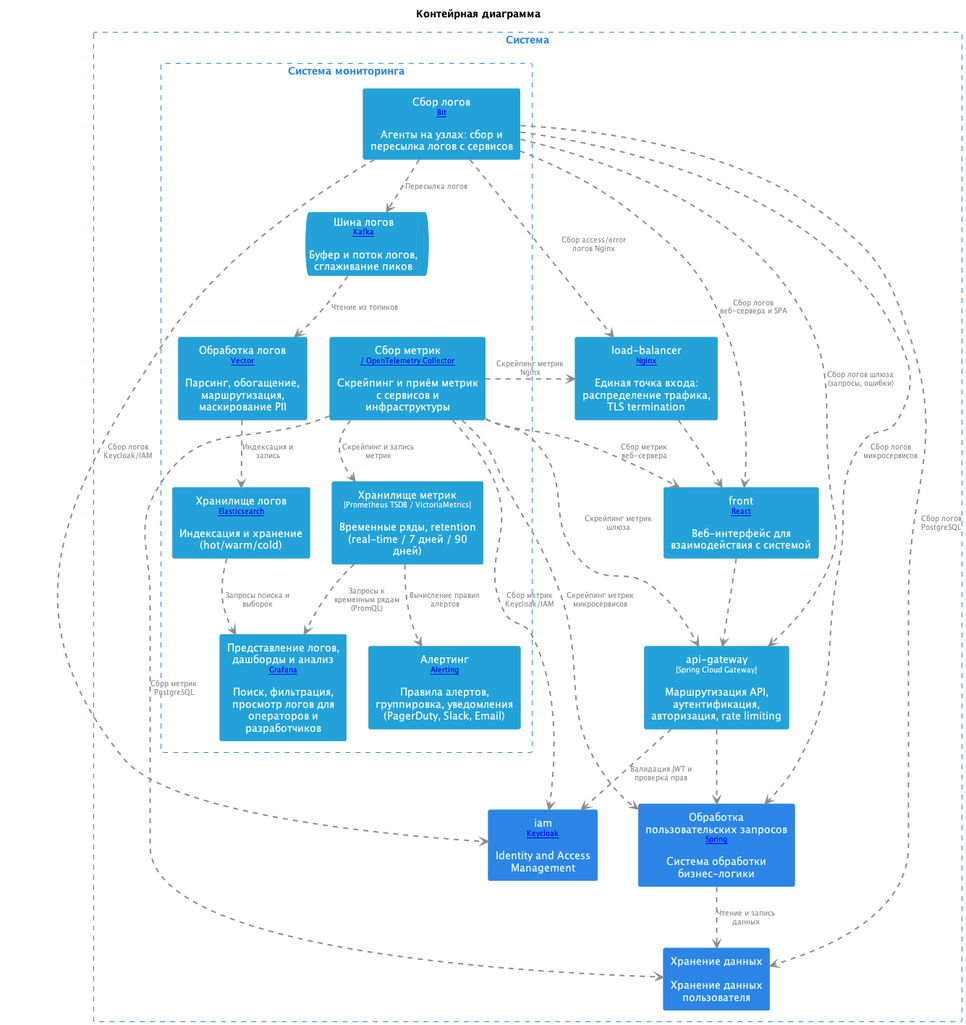
Earlier version of the PlantUML export doc/images/monitoring_container.png (shelepovg/system-design-homework). Its diagram source:
```plantuml
@startuml
title "Контейрная диаграмма"
top to bottom direction

hide stereotype
skinparam ranksep 60
skinparam nodesep 30
skinparam {
  arrowFontSize 10
  defaultTextAlignment center
  wrapWidth 200
  maxMessageSize 100
  shadowing false
}

skinparam rectangle<<SystemMonitoringLogCollector>>{
  BackgroundColor #23a2d9
  FontColor #ffffff
  BorderColor #1892c5
}
skinparam rectangle<<SystemMonitoringMetricsCollector>>{
  BackgroundColor #23a2d9
  FontColor #ffffff
  BorderColor #1892c5
}
skinparam queue<<SystemMonitoringLogBus>>{
  BackgroundColor #23a2d9
  FontColor #ffffff
  BorderColor #1892c5
}
skinparam rectangle<<SystemMonitoringMetricsStorage>>{
  BackgroundColor #23a2d9
  FontColor #ffffff
  BorderColor #1892c5
}
skinparam rectangle<<SystemLoadBalancer>>{
  BackgroundColor #23a2d9
  FontColor #ffffff
  BorderColor #1892c5
}
skinparam rectangle<<SystemMonitoringLogProcessor>>{
  BackgroundColor #23a2d9
  FontColor #ffffff
  BorderColor #1892c5
}
skinparam rectangle<<SystemMonitoringAlerting>>{
  BackgroundColor #23a2d9
  FontColor #ffffff
  BorderColor #1892c5
}
skinparam rectangle<<SystemFront>>{
  BackgroundColor #23a2d9
  FontColor #ffffff
  BorderColor #1892c5
}
skinparam rectangle<<SystemMonitoringLogStorage>>{
  BackgroundColor #23a2d9
  FontColor #ffffff
  BorderColor #1892c5
}
skinparam rectangle<<SystemApiGateway>>{
  BackgroundColor #23a2d9
  FontColor #ffffff
  BorderColor #1892c5
}
skinparam rectangle<<SystemMonitoringLogUi>>{
  BackgroundColor #23a2d9
  FontColor #ffffff
  BorderColor #1892c5
}
skinparam rectangle<<SystemIam>>{
  BackgroundColor #2b85e7
  FontColor #f1ffff
  BorderColor #1e73ce
}
skinparam rectangle<<SystemBackend>>{
  BackgroundColor #2b85e7
  FontColor #f1ffff
  BorderColor #1e73ce
}
skinparam rectangle<<SystemStorage>>{
  BackgroundColor #2b85e7
  FontColor #f1ffff
  BorderColor #1e73ce
}
rectangle "Система" <<System>> as System {
  skinparam RectangleBorderColor<<System>> #2b85e7
  skinparam RectangleFontColor<<System>> #2b85e7
  skinparam RectangleBorderStyle<<System>> dashed

  rectangle "Система мониторинга" <<SystemMonitoring>> as SystemMonitoring {
    skinparam RectangleBorderColor<<SystemMonitoring>> #2b85e7
    skinparam RectangleFontColor<<SystemMonitoring>> #2b85e7
    skinparam RectangleBorderStyle<<SystemMonitoring>> dashed

    rectangle "Сбор логов\n<size:10>[[Fluent Bit]]</size>\n\nАгенты на узлах: сбор и пересылка логов с сервисов" <<SystemMonitoringLogCollector>> as SystemMonitoringLogCollector
    rectangle "Сбор метрик\n<size:10>[[Prometheus / OpenTelemetry Collector]]</size>\n\nСкрейпинг и приём метрик с сервисов и инфраструктуры" <<SystemMonitoringMetricsCollector>> as SystemMonitoringMetricsCollector
    queue "Шина логов\n<size:10>[[Apache Kafka]]</size>\n\nБуфер и поток логов, сглаживание пиков" <<SystemMonitoringLogBus>> as SystemMonitoringLogBus
    rectangle "Хранилище метрик\n<size:10>[Prometheus TSDB / VictoriaMetrics]</size>\n\nВременные ряды, retention (real-time / 7 дней / 90 дней)" <<SystemMonitoringMetricsStorage>> as SystemMonitoringMetricsStorage
    rectangle "Обработка логов\n<size:10>[[Vector]]</size>\n\nПарсинг, обогащение, маршрутизация, маскирование PII" <<SystemMonitoringLogProcessor>> as SystemMonitoringLogProcessor
    rectangle "Алертинг\n<size:10>[[Grafana Alerting]]</size>\n\nПравила алертов, группировка, уведомления (PagerDuty, Slack, Email)" <<SystemMonitoringAlerting>> as SystemMonitoringAlerting
    rectangle "Хранилище логов\n<size:10>[[Elasticsearch]]</size>\n\nИндексация и хранение (hot/warm/cold)" <<SystemMonitoringLogStorage>> as SystemMonitoringLogStorage
    rectangle "Представление логов, дашборды и анализ\n<size:10>[[Grafana]]</size>\n\nПоиск, фильтрация, просмотр логов для операторов и разработчиков" <<SystemMonitoringLogUi>> as SystemMonitoringLogUi
  }
  rectangle "load-balancer\n<size:10>[[Nginx]]</size>\n\nЕдиная точка входа: распределение трафика, TLS termination" <<SystemLoadBalancer>> as SystemLoadBalancer
  rectangle "front\n<size:10>[[React]]</size>\n\nВеб-интерфейс для взаимодействия с системой" <<SystemFront>> as SystemFront
  rectangle "api-gateway\n<size:10>[Spring Cloud Gateway]</size>\n\nМаршрутизация API, аутентификация, авторизация, rate limiting" <<SystemApiGateway>> as SystemApiGateway
  rectangle "iam\n<size:10>[[Keycloak]]</size>\n\nIdentity and Access Management" <<SystemIam>> as SystemIam
  rectangle "Обработка пользовательских запросов\n<size:10>[[Spring]]</size>\n\nСистема обработки бизнес-логики" <<SystemBackend>> as SystemBackend
  rectangle "Хранение данных\n\nХранение данных пользователя" <<SystemStorage>> as SystemStorage
}

SystemMonitoringLogCollector .[#8D8D8D,thickness=2].> SystemMonitoringLogBus : <color:#8D8D8D>Пересылка логов
SystemMonitoringLogBus .[#8D8D8D,thickness=2].> SystemMonitoringLogProcessor : <color:#8D8D8D>Чтение из топиков
SystemMonitoringLogProcessor .[#8D8D8D,thickness=2].> SystemMonitoringLogStorage : <color:#8D8D8D>Индексация и запись
SystemMonitoringLogStorage .[#8D8D8D,thickness=2].> SystemMonitoringLogUi : <color:#8D8D8D>Запросы поиска и выборок
SystemMonitoringMetricsStorage .[#8D8D8D,thickness=2].> SystemMonitoringLogUi : <color:#8D8D8D>Запросы к временным рядам (PromQL)
SystemMonitoringMetricsCollector .[#8D8D8D,thickness=2].> SystemMonitoringMetricsStorage : <color:#8D8D8D>Скрейпинг и запись метрик
SystemMonitoringMetricsStorage .[#8D8D8D,thickness=2].> SystemMonitoringAlerting : <color:#8D8D8D>Вычисление правил алертов
SystemMonitoringLogCollector .[#8D8D8D,thickness=2].> SystemLoadBalancer : <color:#8D8D8D>Сбор access/error логов Nginx
SystemMonitoringLogCollector .[#8D8D8D,thickness=2].> SystemFront : <color:#8D8D8D>Сбор логов веб-сервера и SPA
SystemMonitoringLogCollector .[#8D8D8D,thickness=2].> SystemApiGateway : <color:#8D8D8D>Сбор логов шлюза (запросы, ошибки)
SystemMonitoringLogCollector .[#8D8D8D,thickness=2].> SystemIam : <color:#8D8D8D>Сбор логов Keycloak/IAM
SystemMonitoringLogCollector .[#8D8D8D,thickness=2].> SystemBackend : <color:#8D8D8D>Сбор логов микросервисов
SystemMonitoringLogCollector .[#8D8D8D,thickness=2].> SystemStorage : <color:#8D8D8D>Сбор логов PostgreSQL
SystemMonitoringMetricsCollector .[#8D8D8D,thickness=2].> SystemLoadBalancer : <color:#8D8D8D>Скрейпинг метрик Nginx
SystemMonitoringMetricsCollector .[#8D8D8D,thickness=2].> SystemFront : <color:#8D8D8D>Сбор метрик веб-сервера
SystemMonitoringMetricsCollector .[#8D8D8D,thickness=2].> SystemApiGateway : <color:#8D8D8D>Скрейпинг метрик шлюза
SystemMonitoringMetricsCollector .[#8D8D8D,thickness=2].> SystemIam : <color:#8D8D8D>Сбор метрик Keycloak/IAM
SystemMonitoringMetricsCollector .[#8D8D8D,thickness=2].> SystemBackend : <color:#8D8D8D>Скрейпинг метрик микросервисов
SystemMonitoringMetricsCollector .[#8D8D8D,thickness=2].> SystemStorage : <color:#8D8D8D>Сбор метрик PostgreSQL
SystemLoadBalancer .[#8D8D8D,thickness=2].> SystemFront
SystemFront .[#8D8D8D,thickness=2].> SystemApiGateway
SystemApiGateway .[#8D8D8D,thickness=2].> SystemIam : <color:#8D8D8D>Валидация JWT и проверка прав
SystemApiGateway .[#8D8D8D,thickness=2].> SystemBackend
SystemBackend .[#8D8D8D,thickness=2].> SystemStorage : <color:#8D8D8D>Чтение и запись данных
@enduml
```
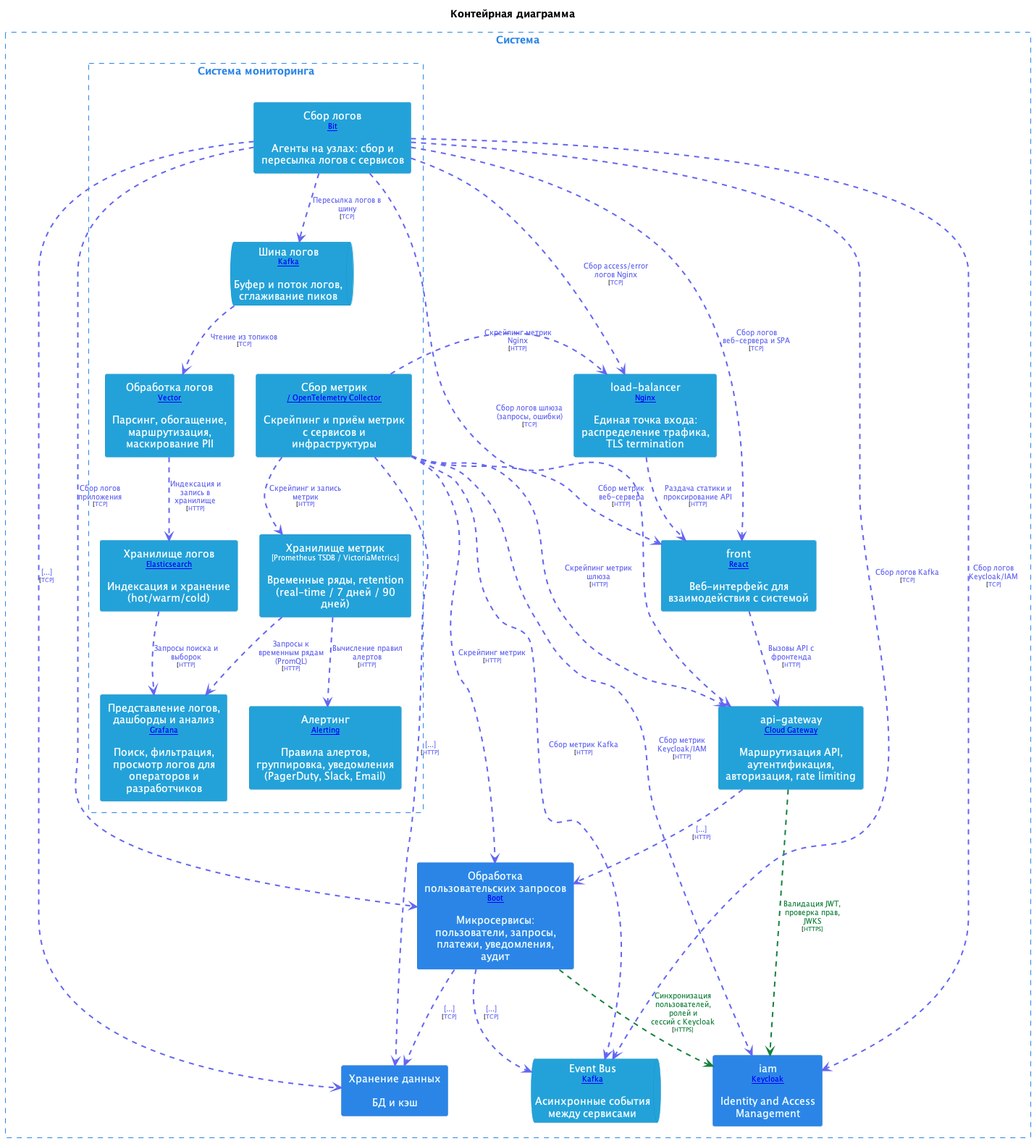
Later version of the same file.

Change to the diagram source:
```diff
@@ -68,12 +68,12 @@
   FontColor #ffffff
   BorderColor #1892c5
 }
-skinparam rectangle<<SystemIam>>{
+skinparam rectangle<<SystemBackend>>{
   BackgroundColor #2b85e7
   FontColor #f1ffff
   BorderColor #1e73ce
 }
-skinparam rectangle<<SystemBackend>>{
+skinparam rectangle<<SystemIam>>{
   BackgroundColor #2b85e7
   FontColor #f1ffff
   BorderColor #1e73ce
@@ -82,6 +82,11 @@
   BackgroundColor #2b85e7
   FontColor #f1ffff
   BorderColor #1e73ce
+}
+skinparam queue<<SystemEventBus>>{
+  BackgroundColor #23a2d9
+  FontColor #ffffff
+  BorderColor #1892c5
 }
 rectangle "Система" <<System>> as System {
   skinparam RectangleBorderColor<<System>> #2b85e7
@@ -104,34 +109,39 @@
   }
   rectangle "load-balancer\n<size:10>[[Nginx]]</size>\n\nЕдиная точка входа: распределение трафика, TLS termination" <<SystemLoadBalancer>> as SystemLoadBalancer
   rectangle "front\n<size:10>[[React]]</size>\n\nВеб-интерфейс для взаимодействия с системой" <<SystemFront>> as SystemFront
-  rectangle "api-gateway\n<size:10>[Spring Cloud Gateway]</size>\n\nМаршрутизация API, аутентификация, авторизация, rate limiting" <<SystemApiGateway>> as SystemApiGateway
+  rectangle "api-gateway\n<size:10>[[Spring Cloud Gateway]]</size>\n\nМаршрутизация API, аутентификация, авторизация, rate limiting" <<SystemApiGateway>> as SystemApiGateway
+  rectangle "Обработка пользовательских запросов\n<size:10>[[Spring Boot]]</size>\n\nМикросервисы: пользователи, запросы, платежи, уведомления, аудит" <<SystemBackend>> as SystemBackend
   rectangle "iam\n<size:10>[[Keycloak]]</size>\n\nIdentity and Access Management" <<SystemIam>> as SystemIam
-  rectangle "Обработка пользовательских запросов\n<size:10>[[Spring]]</size>\n\nСистема обработки бизнес-логики" <<SystemBackend>> as SystemBackend
-  rectangle "Хранение данных\n\nХранение данных пользователя" <<SystemStorage>> as SystemStorage
+  rectangle "Хранение данных\n\nБД и кэш" <<SystemStorage>> as SystemStorage
+  queue "Event Bus\n<size:10>[[Apache Kafka]]</size>\n\nАсинхронные события между сервисами" <<SystemEventBus>> as SystemEventBus
 }
 
-SystemMonitoringLogCollector .[#8D8D8D,thickness=2].> SystemMonitoringLogBus : <color:#8D8D8D>Пересылка логов
-SystemMonitoringLogBus .[#8D8D8D,thickness=2].> SystemMonitoringLogProcessor : <color:#8D8D8D>Чтение из топиков
-SystemMonitoringLogProcessor .[#8D8D8D,thickness=2].> SystemMonitoringLogStorage : <color:#8D8D8D>Индексация и запись
-SystemMonitoringLogStorage .[#8D8D8D,thickness=2].> SystemMonitoringLogUi : <color:#8D8D8D>Запросы поиска и выборок
-SystemMonitoringMetricsStorage .[#8D8D8D,thickness=2].> SystemMonitoringLogUi : <color:#8D8D8D>Запросы к временным рядам (PromQL)
-SystemMonitoringMetricsCollector .[#8D8D8D,thickness=2].> SystemMonitoringMetricsStorage : <color:#8D8D8D>Скрейпинг и запись метрик
-SystemMonitoringMetricsStorage .[#8D8D8D,thickness=2].> SystemMonitoringAlerting : <color:#8D8D8D>Вычисление правил алертов
-SystemMonitoringLogCollector .[#8D8D8D,thickness=2].> SystemLoadBalancer : <color:#8D8D8D>Сбор access/error логов Nginx
-SystemMonitoringLogCollector .[#8D8D8D,thickness=2].> SystemFront : <color:#8D8D8D>Сбор логов веб-сервера и SPA
-SystemMonitoringLogCollector .[#8D8D8D,thickness=2].> SystemApiGateway : <color:#8D8D8D>Сбор логов шлюза (запросы, ошибки)
-SystemMonitoringLogCollector .[#8D8D8D,thickness=2].> SystemIam : <color:#8D8D8D>Сбор логов Keycloak/IAM
-SystemMonitoringLogCollector .[#8D8D8D,thickness=2].> SystemBackend : <color:#8D8D8D>Сбор логов микросервисов
-SystemMonitoringLogCollector .[#8D8D8D,thickness=2].> SystemStorage : <color:#8D8D8D>Сбор логов PostgreSQL
-SystemMonitoringMetricsCollector .[#8D8D8D,thickness=2].> SystemLoadBalancer : <color:#8D8D8D>Скрейпинг метрик Nginx
-SystemMonitoringMetricsCollector .[#8D8D8D,thickness=2].> SystemFront : <color:#8D8D8D>Сбор метрик веб-сервера
-SystemMonitoringMetricsCollector .[#8D8D8D,thickness=2].> SystemApiGateway : <color:#8D8D8D>Скрейпинг метрик шлюза
-SystemMonitoringMetricsCollector .[#8D8D8D,thickness=2].> SystemIam : <color:#8D8D8D>Сбор метрик Keycloak/IAM
-SystemMonitoringMetricsCollector .[#8D8D8D,thickness=2].> SystemBackend : <color:#8D8D8D>Скрейпинг метрик микросервисов
-SystemMonitoringMetricsCollector .[#8D8D8D,thickness=2].> SystemStorage : <color:#8D8D8D>Сбор метрик PostgreSQL
-SystemLoadBalancer .[#8D8D8D,thickness=2].> SystemFront
-SystemFront .[#8D8D8D,thickness=2].> SystemApiGateway
-SystemApiGateway .[#8D8D8D,thickness=2].> SystemIam : <color:#8D8D8D>Валидация JWT и проверка прав
-SystemApiGateway .[#8D8D8D,thickness=2].> SystemBackend
-SystemBackend .[#8D8D8D,thickness=2].> SystemStorage : <color:#8D8D8D>Чтение и запись данных
+SystemMonitoringLogCollector .[#6366f1,thickness=2].> SystemMonitoringLogBus : <color:#6366f1>Пересылка логов в шину\n<size:8>[<color:#6366f1>TCP]</size>
+SystemMonitoringLogBus .[#6366f1,thickness=2].> SystemMonitoringLogProcessor : <color:#6366f1>Чтение из топиков\n<size:8>[<color:#6366f1>TCP]</size>
+SystemMonitoringLogProcessor .[#6366f1,thickness=2].> SystemMonitoringLogStorage : <color:#6366f1>Индексация и запись в хранилище\n<size:8>[<color:#6366f1>HTTP]</size>
+SystemMonitoringLogStorage .[#6366f1,thickness=2].> SystemMonitoringLogUi : <color:#6366f1>Запросы поиска и выборок\n<size:8>[<color:#6366f1>HTTP]</size>
+SystemMonitoringMetricsStorage .[#6366f1,thickness=2].> SystemMonitoringLogUi : <color:#6366f1>Запросы к временным рядам (PromQL)\n<size:8>[<color:#6366f1>HTTP]</size>
+SystemMonitoringMetricsCollector .[#6366f1,thickness=2].> SystemMonitoringMetricsStorage : <color:#6366f1>Скрейпинг и запись метрик\n<size:8>[<color:#6366f1>HTTP]</size>
+SystemMonitoringMetricsStorage .[#6366f1,thickness=2].> SystemMonitoringAlerting : <color:#6366f1>Вычисление правил алертов\n<size:8>[<color:#6366f1>HTTP]</size>
+SystemMonitoringLogCollector .[#6366f1,thickness=2].> SystemLoadBalancer : <color:#6366f1>Сбор access/error логов Nginx\n<size:8>[<color:#6366f1>TCP]</size>
+SystemMonitoringLogCollector .[#6366f1,thickness=2].> SystemFront : <color:#6366f1>Сбор логов веб-сервера и SPA\n<size:8>[<color:#6366f1>TCP]</size>
+SystemMonitoringLogCollector .[#6366f1,thickness=2].> SystemApiGateway : <color:#6366f1>Сбор логов шлюза (запросы, ошибки)\n<size:8>[<color:#6366f1>TCP]</size>
+SystemMonitoringLogCollector .[#6366f1,thickness=2].> SystemIam : <color:#6366f1>Сбор логов Keycloak/IAM\n<size:8>[<color:#6366f1>TCP]</size>
+SystemMonitoringLogCollector .[#6366f1,thickness=2].> SystemBackend : <color:#6366f1>Сбор логов приложения\n<size:8>[<color:#6366f1>TCP]</size>
+SystemMonitoringLogCollector .[#6366f1,thickness=2].> SystemStorage : <color:#6366f1>[...]\n<size:8>[<color:#6366f1>TCP]</size>
+SystemMonitoringLogCollector .[#6366f1,thickness=2].> SystemEventBus : <color:#6366f1>Сбор логов Kafka\n<size:8>[<color:#6366f1>TCP]</size>
+SystemMonitoringMetricsCollector .[#6366f1,thickness=2].> SystemLoadBalancer : <color:#6366f1>Скрейпинг метрик Nginx\n<size:8>[<color:#6366f1>HTTP]</size>
+SystemMonitoringMetricsCollector .[#6366f1,thickness=2].> SystemFront : <color:#6366f1>Сбор метрик веб-сервера\n<size:8>[<color:#6366f1>HTTP]</size>
+SystemMonitoringMetricsCollector .[#6366f1,thickness=2].> SystemApiGateway : <color:#6366f1>Скрейпинг метрик шлюза\n<size:8>[<color:#6366f1>HTTP]</size>
+SystemMonitoringMetricsCollector .[#6366f1,thickness=2].> SystemIam : <color:#6366f1>Сбор метрик Keycloak/IAM\n<size:8>[<color:#6366f1>HTTP]</size>
+SystemMonitoringMetricsCollector .[#6366f1,thickness=2].> SystemBackend : <color:#6366f1>Скрейпинг метрик\n<size:8>[<color:#6366f1>HTTP]</size>
+SystemMonitoringMetricsCollector .[#6366f1,thickness=2].> SystemStorage : <color:#6366f1>[...]\n<size:8>[<color:#6366f1>HTTP]</size>
+SystemMonitoringMetricsCollector .[#6366f1,thickness=2].> SystemEventBus : <color:#6366f1>Сбор метрик Kafka\n<size:8>[<color:#6366f1>HTTP]</size>
+SystemLoadBalancer .[#6366f1,thickness=2].> SystemFront : <color:#6366f1>Раздача статики и проксирование API\n<size:8>[<color:#6366f1>HTTP]</size>
+SystemFront .[#6366f1,thickness=2].> SystemApiGateway : <color:#6366f1>Вызовы API с фронтенда\n<size:8>[<color:#6366f1>HTTP]</size>
+SystemApiGateway .[#15803d,thickness=2].> SystemIam : <color:#15803d>Валидация JWT, проверка прав, JWKS\n<size:8>[<color:#15803d>HTTPS]</size>
+SystemApiGateway .[#6366f1,thickness=2].> SystemBackend : <color:#6366f1>[...]\n<size:8>[<color:#6366f1>HTTP]</size>
+SystemBackend .[#15803d,thickness=2].> SystemIam : <color:#15803d>Синхронизация пользователей, ролей и \n<color:#15803d>сессий с Keycloak\n<size:8>[<color:#15803d>HTTPS]</size>
+SystemBackend .[#6366f1,thickness=2].> SystemStorage : <color:#6366f1>[...]\n<size:8>[<color:#6366f1>TCP]</size>
+SystemBackend .[#6366f1,thickness=2].> SystemEventBus : <color:#6366f1>[...]\n<size:8>[<color:#6366f1>TCP]</size>
 @enduml
```
